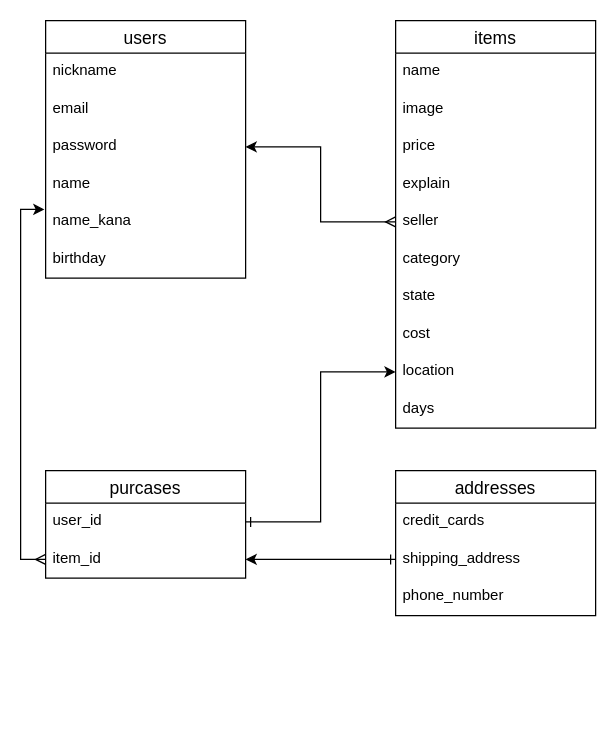
Earlier version of the draw.io diagram er.dio (sumino-hill/furima-35034). Source tidied: cells renumbered, new cells numbered last; positions are measured from the earlier drawing's top-left corner, leaving out a move shared by most shapes. Both pictures are drawn from the tidied source at 125%, with x=0, y=0 at pixel (45, 20).
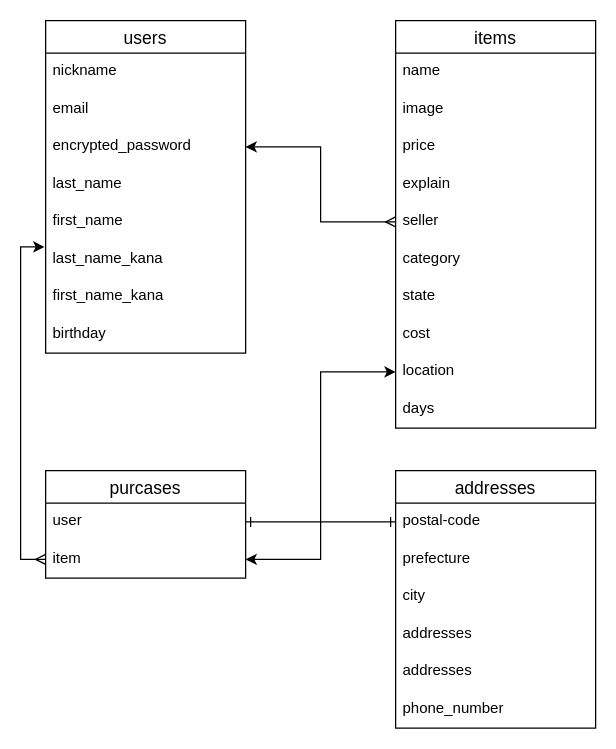
The same diagram, later.

The change refers to these unchanged cells:
```xml
<mxCell id="24" value="purcases" style="swimlane;fontStyle=0;horizontal=1;startSize=26;align=center;fontSize=14;" parent="1" vertex="1">
  <mxGeometry y="360" width="160" height="86" as="geometry" />
</mxCell>
```

What changed in the source:
```diff
@@
     <mxCell id="2" value="users" style="swimlane;fontStyle=0;horizontal=1;startSize=26;align=center;fontSize=14;" parent="1" vertex="1">
-      <mxGeometry width="160" height="206" as="geometry" />
+      <mxGeometry width="160" height="266" as="geometry" />
     </mxCell>
@@
-    <mxCell id="5" value="password" style="text;strokeColor=none;fillColor=none;spacingLeft=4;spacingRight=4;overflow=hidden;points=[[0,0.5],[1,0.5]];portConstraint=eastwest;fontSize=12;" parent="2" vertex="1">
+    <mxCell id="5" value="encrypted_password" style="text;strokeColor=none;fillColor=none;spacingLeft=4;spacingRight=4;overflow=hidden;points=[[0,0.5],[1,0.5]];portConstraint=eastwest;fontSize=12;" parent="2" vertex="1">
       <mxGeometry y="86" width="160" height="30" as="geometry" />
     </mxCell>
-    <mxCell id="6" value="name" style="text;strokeColor=none;fillColor=none;spacingLeft=4;spacingRight=4;overflow=hidden;fontSize=12;" parent="2" vertex="1">
+    <mxCell id="6" value="last_name" style="text;strokeColor=none;fillColor=none;spacingLeft=4;spacingRight=4;overflow=hidden;fontSize=12;" parent="2" vertex="1">
       <mxGeometry y="116" width="160" height="30" as="geometry" />
     </mxCell>
+    <mxCell id="31" value="first_name" style="text;strokeColor=none;fillColor=none;spacingLeft=4;spacingRight=4;overflow=hidden;fontSize=12;" parent="2" vertex="1">
+      <mxGeometry y="146" width="160" height="30" as="geometry" />
+    </mxCell>
-    <mxCell id="7" value="name_kana" style="text;strokeColor=none;fillColor=none;spacingLeft=4;spacingRight=4;overflow=hidden;points=[[0,0.5],[1,0.5]];portConstraint=eastwest;fontSize=12;" parent="2" vertex="1">
-      <mxGeometry y="146" width="160" height="30" as="geometry" />
+    <mxCell id="7" value="last_name_kana" style="text;strokeColor=none;fillColor=none;spacingLeft=4;spacingRight=4;overflow=hidden;points=[[0,0.5],[1,0.5]];portConstraint=eastwest;fontSize=12;" parent="2" vertex="1">
+      <mxGeometry y="176" width="160" height="30" as="geometry" />
     </mxCell>
+    <mxCell id="32" value="first_name_kana" style="text;strokeColor=none;fillColor=none;spacingLeft=4;spacingRight=4;overflow=hidden;fontSize=12;" parent="2" vertex="1">
+      <mxGeometry y="206" width="160" height="30" as="geometry" />
+    </mxCell>
     <mxCell id="8" value="birthday" style="text;strokeColor=none;fillColor=none;spacingLeft=4;spacingRight=4;overflow=hidden;fontSize=12;" parent="2" vertex="1">
-      <mxGeometry y="176" width="160" height="30" as="geometry" />
+      <mxGeometry y="236" width="160" height="30" as="geometry" />
     </mxCell>
@@
     <mxCell id="20" value="addresses" style="swimlane;fontStyle=0;horizontal=1;startSize=26;align=center;fontSize=14;" parent="1" vertex="1">
-      <mxGeometry x="280" y="360" width="160" height="116" as="geometry" />
+      <mxGeometry x="280" y="360" width="160" height="206" as="geometry" />
     </mxCell>
-    <mxCell id="21" value="credit_cards" style="text;strokeColor=none;fillColor=none;spacingLeft=4;spacingRight=4;overflow=hidden;fontSize=12;" parent="20" vertex="1">
-      <mxGeometry y="26" width="160" height="30" as="geometry" />
-    </mxCell>
-    <mxCell id="22" value="shipping_address" style="text;strokeColor=none;fillColor=none;spacingLeft=4;spacingRight=4;overflow=hidden;points=[[0,0.5],[1,0.5]];portConstraint=eastwest;fontSize=12;" parent="20" vertex="1">
-      <mxGeometry y="56" width="160" height="30" as="geometry" />
+    <mxCell id="22" value="postal-code" style="text;strokeColor=none;fillColor=none;spacingLeft=4;spacingRight=4;overflow=hidden;points=[[0,0.5],[1,0.5]];portConstraint=eastwest;fontSize=12;" parent="20" vertex="1">
+      <mxGeometry y="26" width="160" height="30" as="geometry" />
     </mxCell>
+    <mxCell id="33" value="prefecture" style="text;strokeColor=none;fillColor=none;spacingLeft=4;spacingRight=4;overflow=hidden;fontSize=12;" parent="20" vertex="1">
+      <mxGeometry y="56" width="160" height="30" as="geometry" />
+    </mxCell>
+    <mxCell id="34" value="city" style="text;strokeColor=none;fillColor=none;spacingLeft=4;spacingRight=4;overflow=hidden;fontSize=12;" parent="20" vertex="1">
+      <mxGeometry y="86" width="160" height="30" as="geometry" />
+    </mxCell>
+    <mxCell id="35" value="addresses" style="text;strokeColor=none;fillColor=none;spacingLeft=4;spacingRight=4;overflow=hidden;fontSize=12;" parent="20" vertex="1">
+      <mxGeometry y="116" width="160" height="30" as="geometry" />
+    </mxCell>
+    <mxCell id="36" value="addresses" style="text;strokeColor=none;fillColor=none;spacingLeft=4;spacingRight=4;overflow=hidden;fontSize=12;" parent="20" vertex="1">
+      <mxGeometry y="146" width="160" height="30" as="geometry" />
+    </mxCell>
     <mxCell id="23" value="phone_number" style="text;strokeColor=none;fillColor=none;spacingLeft=4;spacingRight=4;overflow=hidden;fontSize=12;" parent="20" vertex="1">
-      <mxGeometry y="86" width="160" height="30" as="geometry" />
+      <mxGeometry y="176" width="160" height="30" as="geometry" />
     </mxCell>
@@
-    <mxCell id="25" value="user_id" style="text;strokeColor=none;fillColor=none;spacingLeft=4;spacingRight=4;overflow=hidden;points=[[0,0.5],[1,0.5]];portConstraint=eastwest;fontSize=12;" parent="24" vertex="1">
+    <mxCell id="25" value="user" style="text;strokeColor=none;fillColor=none;spacingLeft=4;spacingRight=4;overflow=hidden;points=[[0,0.5],[1,0.5]];portConstraint=eastwest;fontSize=12;" parent="24" vertex="1">
       <mxGeometry y="26" width="160" height="30" as="geometry" />
     </mxCell>
-    <mxCell id="26" value="item_id" style="text;strokeColor=none;fillColor=none;spacingLeft=4;spacingRight=4;overflow=hidden;points=[[0,0.5],[1,0.5]];portConstraint=eastwest;fontSize=12;" parent="24" vertex="1">
+    <mxCell id="26" value="item" style="text;strokeColor=none;fillColor=none;spacingLeft=4;spacingRight=4;overflow=hidden;points=[[0,0.5],[1,0.5]];portConstraint=eastwest;fontSize=12;" parent="24" vertex="1">
       <mxGeometry y="56" width="160" height="30" as="geometry" />
     </mxCell>
```
